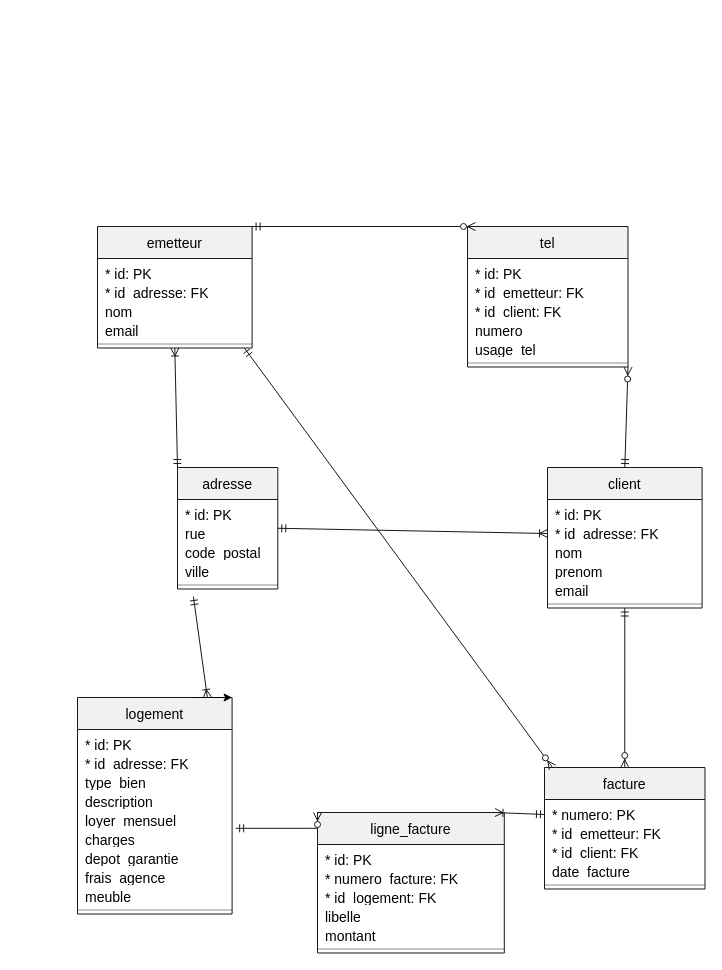
El-Khey/DDS keeps this draw.io diagram as src/server/schema/database.drawio. Above is the earlier version. Source tidied: cells renumbered, new cells numbered last; positions are measured from the earlier drawing's top-left corner, leaving out a move shared by most shapes. Both pictures are drawn from the tidied source at 100%, with x=0, y=0 at pixel (17, 17).
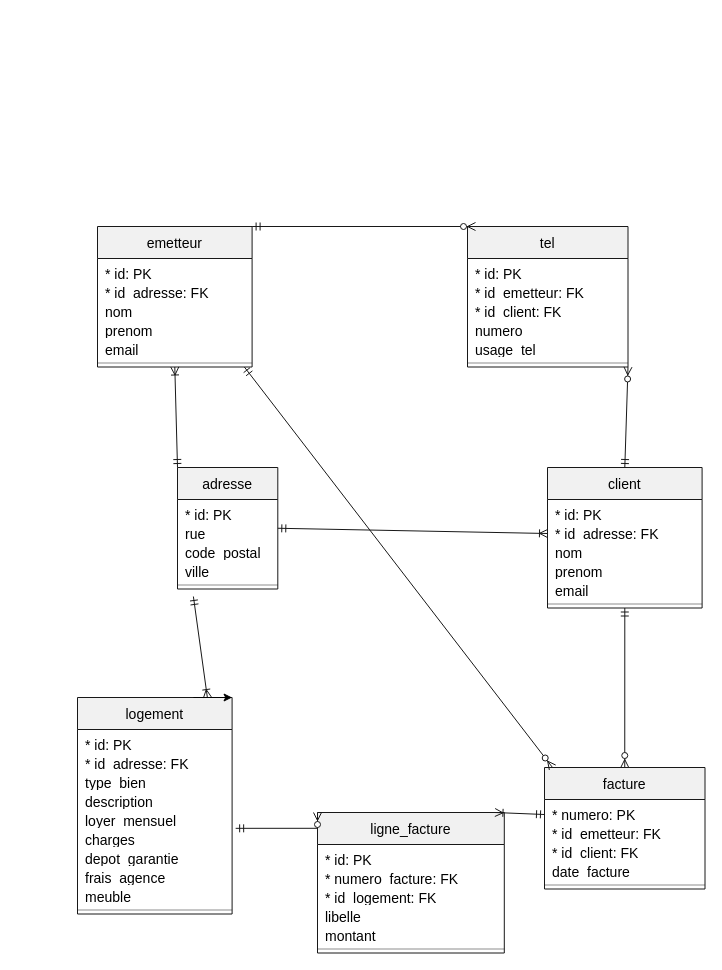
The same diagram, later.

Unchanged cells that the change refers to:
```xml
<mxCell id="2" style="group;transparentBounds=1;editIcon=1;lockedGroup=0;groupPadding=10;" parent="1" vertex="1">
  <mxGeometry as="geometry" />
</mxCell>
```

The edit, as a diff of the source:
```diff
@@
     <mxCell id="9" value="emetteur" style="swimlane;fontStyle=0;align=center;fontSize=14;fontColor=#000000;startSize=32;spacingLeft=0;fillColor=#F1F1F1;strokeColor=#181818;horizontal=1;" parent="2" vertex="1">
-      <mxGeometry x="80" y="209" width="154.6" height="121.5" as="geometry" />
+      <mxGeometry x="80" y="209" width="154.6" height="140.5" as="geometry" />
     </mxCell>
@@
+    <mxCell id="63" value="prenom" style="text;html=1;align=left;verticalAlign=middle;spacingLeft=6;spacingRight=4;overflow=hidden;fillColor=none;strokeColor=none;fontSize=14;fontColor=#000000;fontStyle=0;whiteSpace=wrap;" parent="9" vertex="1">
+      <mxGeometry y="94.5" width="154.6" height="19" as="geometry" />
+    </mxCell>
     <mxCell id="13" value="email" style="text;html=1;align=left;verticalAlign=middle;spacingLeft=6;spacingRight=4;overflow=hidden;fillColor=none;strokeColor=none;fontSize=14;fontColor=#000000;fontStyle=0;whiteSpace=wrap;" parent="9" vertex="1">
-      <mxGeometry y="94.5" width="154.6" height="19" as="geometry" />
+      <mxGeometry y="113.5" width="154.6" height="19" as="geometry" />
     </mxCell>
     <mxCell id="14" style="line;strokeWidth=0.5;strokeColor=#181818;fillColor=none;align=left;verticalAlign=middle;labelPosition=right;" parent="9" vertex="1">
-      <mxGeometry y="113.5" width="154.6" height="8" as="geometry" />
+      <mxGeometry y="132.5" width="154.6" height="8" as="geometry" />
     </mxCell>
```
